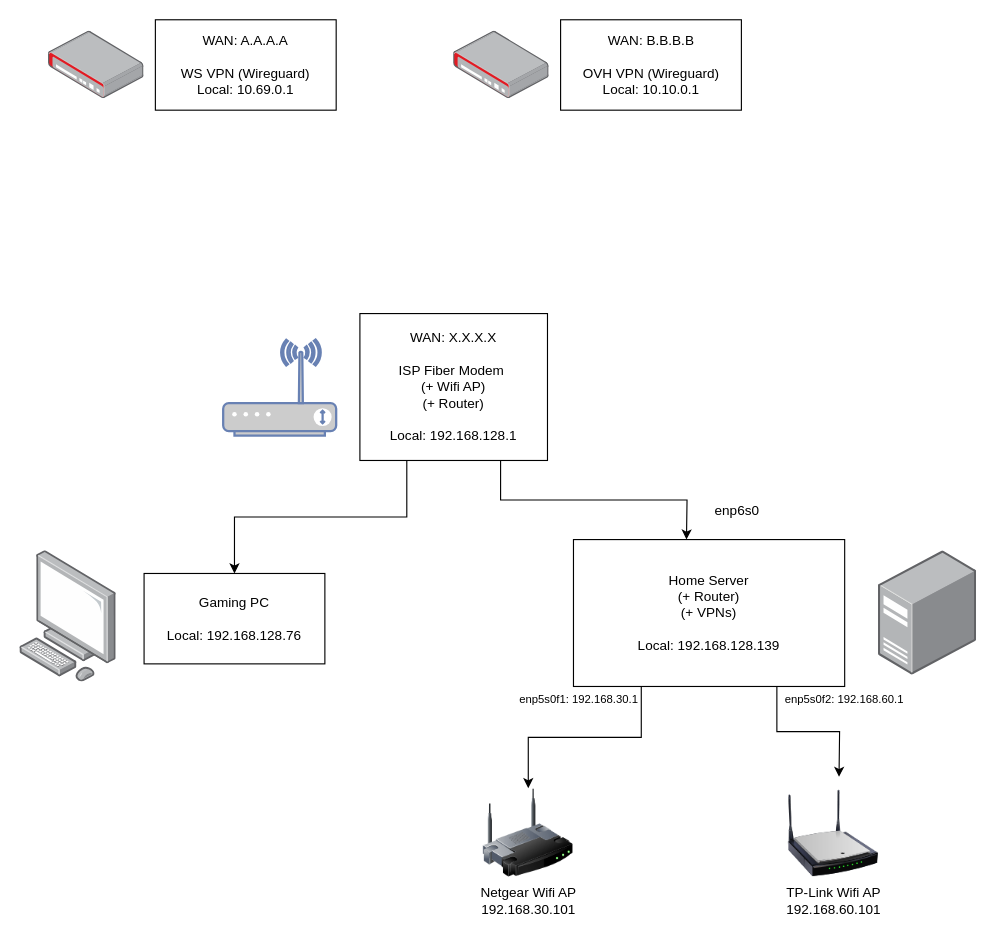
This is assets/home_network.drawio from ckcr4lyf/home-network, a draw.io file, before an edit. Source tidied: cells renumbered, new cells numbered last; positions are measured from the earlier drawing's top-left corner, leaving out a move shared by most shapes. Both pictures are drawn from the tidied source at 113%, with x=0, y=0 at pixel (19, 19).
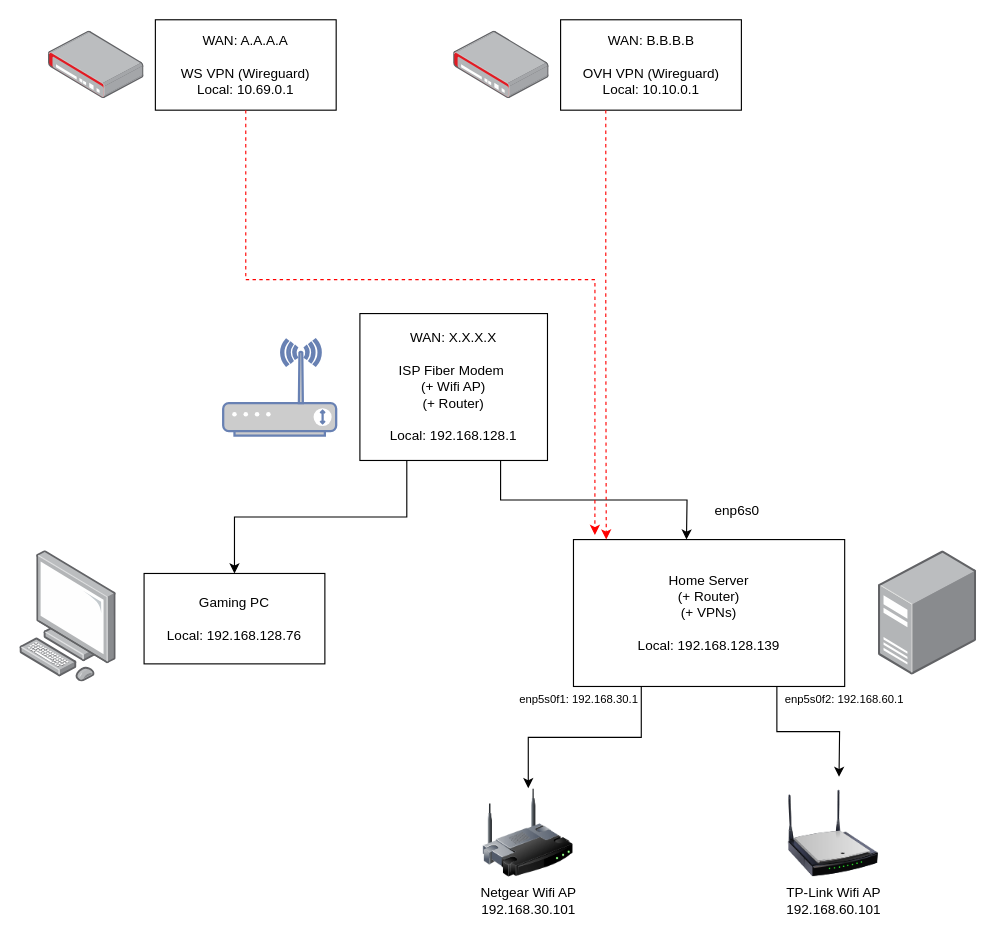
Above is the later version.

Commit message:
VPN connections

Unchanged cells that the change refers to:
```xml
<mxCell id="9" value="Home Server&lt;br&gt;(+ Router)&lt;br&gt;(+ VPNs)&lt;br&gt;&lt;br style=&quot;border-color: var(--border-color);&quot;&gt;Local: 192.168.128.139" style="rounded=0;whiteSpace=wrap;html=1;" parent="1" vertex="1">
  <mxGeometry x="490" y="460" width="240" height="130" as="geometry" />
</mxCell>
<mxCell id="20" value="WAN: A.A.A.A&lt;br&gt;&lt;br&gt;WS VPN (Wireguard)&lt;br&gt;Local: 10.69.0.1" style="whiteSpace=wrap;html=1;" parent="1" vertex="1">
  <mxGeometry x="120" width="160" height="80" as="geometry" />
</mxCell>
<mxCell id="22" value="WAN: B.B.B.B&lt;br&gt;&lt;br&gt;OVH VPN (Wireguard)&lt;br&gt;Local: 10.10.0.1" style="whiteSpace=wrap;html=1;" parent="1" vertex="1">
  <mxGeometry x="478.6" width="160" height="80" as="geometry" />
</mxCell>
```

What changed in the source:
```diff
@@
+    <mxCell id="23" style="edgeStyle=orthogonalEdgeStyle;rounded=0;jettySize=auto;html=1;exitX=0.5;exitY=1;exitDx=0;exitDy=0;entryX=0.079;entryY=-0.031;entryDx=0;entryDy=0;entryPerimeter=0;strokeColor=#FF0000;dashed=1;" parent="1" edge="1" source="20" target="9">
+      <mxGeometry relative="1" as="geometry">
+        <Array as="points">
+          <mxPoint x="200" y="230" />
+          <mxPoint x="509" y="230" />
+        </Array>
+      </mxGeometry>
+    </mxCell>
+    <mxCell id="24" style="edgeStyle=orthogonalEdgeStyle;rounded=0;jettySize=auto;html=1;exitX=0.25;exitY=1;exitDx=0;exitDy=0;strokeColor=#FF0000;dashed=1;" parent="1" edge="1" source="22">
+      <mxGeometry relative="1" as="geometry">
+        <mxPoint x="519" y="460" as="targetPoint" />
+      </mxGeometry>
+    </mxCell>
```
